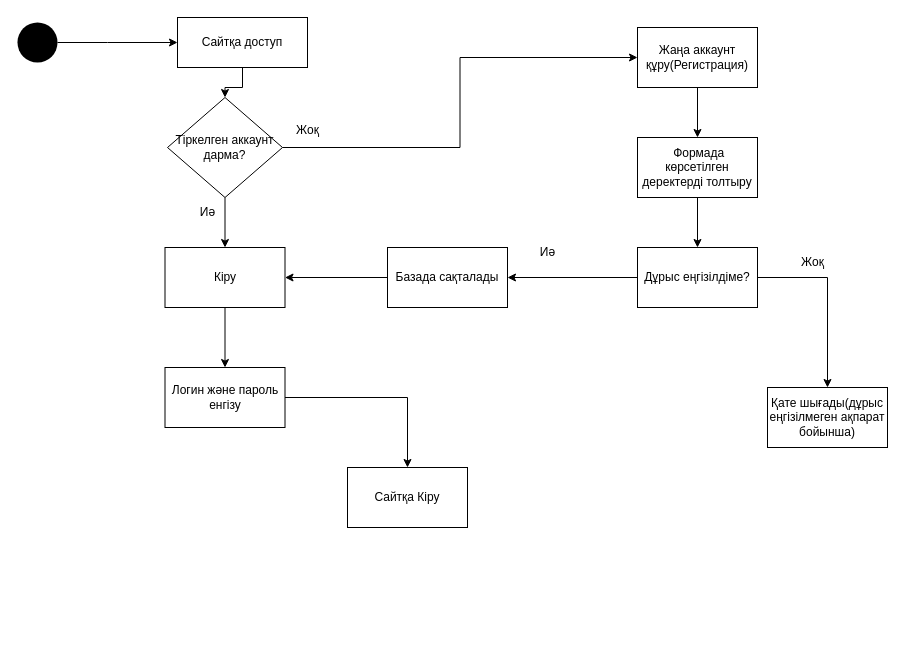
NurailymZh/Clinic keeps this draw.io diagram as Диаграмма без названия.drawio. Above is the earlier version. Source tidied: cells renumbered, new cells numbered last; positions are measured from the earlier drawing's top-left corner, leaving out a move shared by most shapes. Both pictures are drawn from the tidied source at 100%, with x=0, y=0 at pixel (17, 17).
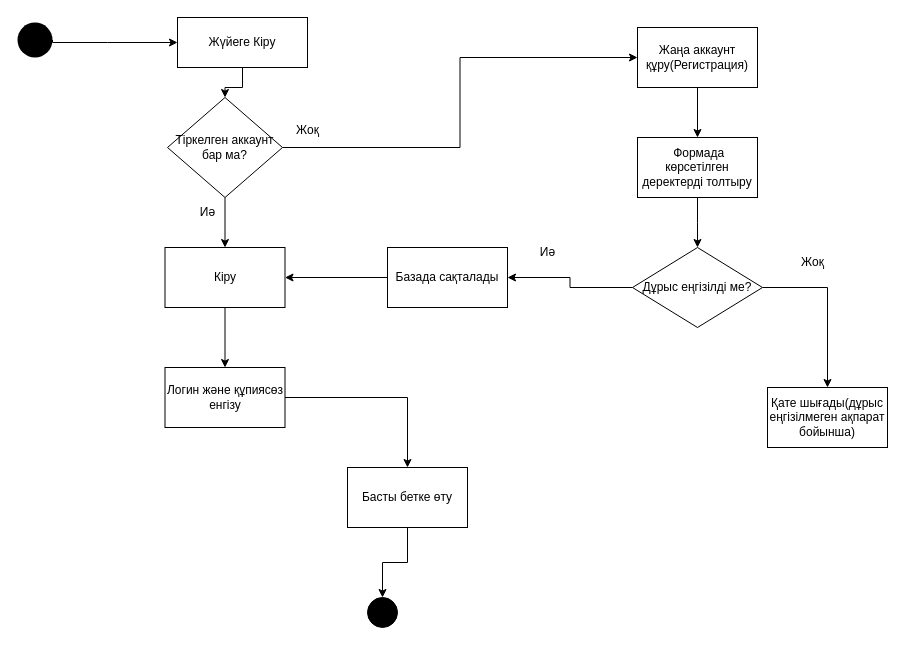
After the change.

Unchanged cells that the change refers to:
```xml
<mxCell id="18" value="&amp;nbsp;Формада көрсетілген деректерді толтыру" style="whiteSpace=wrap;html=1;" parent="1" vertex="1">
  <mxGeometry x="620" y="120" width="120" height="60" as="geometry" />
</mxCell>
<mxCell id="19" value="Қате шығады(дұрыс еңгізілмеген ақпарат бойынша)" style="whiteSpace=wrap;html=1;" parent="1" vertex="1">
  <mxGeometry x="750" y="370" width="120" height="60" as="geometry" />
</mxCell>
<mxCell id="22" value="Базада сақталады" style="whiteSpace=wrap;html=1;" parent="1" vertex="1">
  <mxGeometry x="370" y="230" width="120" height="60" as="geometry" />
</mxCell>
```

Change to the diagram source:
```diff
@@
     <mxCell id="3" style="ellipse;whiteSpace=wrap;html=1;strokeColor=none;fillColor=#000000;gradientColor=none;" parent="1" vertex="1">
-      <mxGeometry y="5" width="40" height="40" as="geometry" />
+      <mxGeometry y="5" width="35" height="35" as="geometry" />
     </mxCell>
@@
-    <mxCell id="5" value="Сайтқа доступ" style="rounded=0;whiteSpace=wrap;html=1;" parent="1" vertex="1">
+    <mxCell id="5" value="Жүйеге Кіру" style="rounded=0;whiteSpace=wrap;html=1;" parent="1" vertex="1">
       <mxGeometry x="160" width="130" height="50" as="geometry" />
     </mxCell>
@@
-    <mxCell id="8" value="Тіркелген аккаунт дарма?" style="rhombus;whiteSpace=wrap;html=1;" parent="1" vertex="1">
+    <mxCell id="8" value="Тіркелген аккаунт бар ма?" style="rhombus;whiteSpace=wrap;html=1;" parent="1" vertex="1">
       <mxGeometry x="150" y="80" width="115" height="100" as="geometry" />
     </mxCell>
@@
-    <mxCell id="15" value="Логин және пароль енгізу" style="whiteSpace=wrap;html=1;" parent="1" vertex="1">
+    <mxCell id="15" value="Логин және құпиясөз енгізу" style="whiteSpace=wrap;html=1;" parent="1" vertex="1">
       <mxGeometry x="147.5" y="350" width="120" height="60" as="geometry" />
     </mxCell>
@@
-    <mxCell id="17" style="edgeStyle=orthogonalEdgeStyle;rounded=0;jettySize=auto;html=1;exitX=0.5;exitY=1;exitDx=0;exitDy=0;" parent="1" edge="1" source="18" target="26">
-      <mxGeometry relative="1" as="geometry" />
+    <mxCell id="17" style="edgeStyle=orthogonalEdgeStyle;rounded=0;jettySize=auto;html=1;exitX=0.5;exitY=1;exitDx=0;exitDy=0;" parent="1" edge="1" source="18">
+      <mxGeometry relative="1" as="geometry">
+        <mxPoint x="680" y="230" as="targetPoint" />
+      </mxGeometry>
     </mxCell>
@@
-    <mxCell id="24" style="edgeStyle=orthogonalEdgeStyle;rounded=0;jettySize=auto;html=1;" parent="1" edge="1" source="26" target="22">
+    <mxCell id="24" style="edgeStyle=orthogonalEdgeStyle;rounded=0;jettySize=auto;html=1;exitX=0;exitY=0.5;exitDx=0;exitDy=0;" parent="1" edge="1" source="30" target="22">
       <mxGeometry relative="1" as="geometry" />
     </mxCell>
-    <mxCell id="25" style="edgeStyle=orthogonalEdgeStyle;rounded=0;jettySize=auto;html=1;entryX=0.5;entryY=0;entryDx=0;entryDy=0;" parent="1" edge="1" source="26" target="19">
+    <mxCell id="25" style="edgeStyle=orthogonalEdgeStyle;rounded=0;jettySize=auto;html=1;entryX=0.5;entryY=0;entryDx=0;entryDy=0;exitX=1;exitY=0.5;exitDx=0;exitDy=0;" parent="1" edge="1" source="30" target="19">
       <mxGeometry relative="1" as="geometry" />
     </mxCell>
-    <mxCell id="26" value="Дұрыс еңгізілдіме?" style="rounded=0;whiteSpace=wrap;html=1;" parent="1" vertex="1">
-      <mxGeometry x="620" y="230" width="120" height="60" as="geometry" />
-    </mxCell>
+    <mxCell id="28" style="edgeStyle=orthogonalEdgeStyle;rounded=0;jettySize=auto;html=1;" parent="1" edge="1" source="27" target="29">
+      <mxGeometry relative="1" as="geometry" />
+    </mxCell>
-    <mxCell id="27" value="Сайтқа Кіру" style="whiteSpace=wrap;html=1;" parent="1" vertex="1">
+    <mxCell id="27" value="Басты бетке өту" style="whiteSpace=wrap;html=1;" parent="1" vertex="1">
       <mxGeometry x="330" y="450" width="120" height="60" as="geometry" />
     </mxCell>
+    <mxCell id="29" style="ellipse;whiteSpace=wrap;html=1;strokeColor=#000000;fillColor=#000000;" parent="1" vertex="1">
+      <mxGeometry x="350" y="580" width="30" height="30" as="geometry" />
+    </mxCell>
+    <mxCell id="30" value="Дұрыс еңгізілді ме?" style="rhombus;whiteSpace=wrap;html=1;" parent="1" vertex="1">
+      <mxGeometry x="615" y="230" width="130" height="80" as="geometry" />
+    </mxCell>
```
